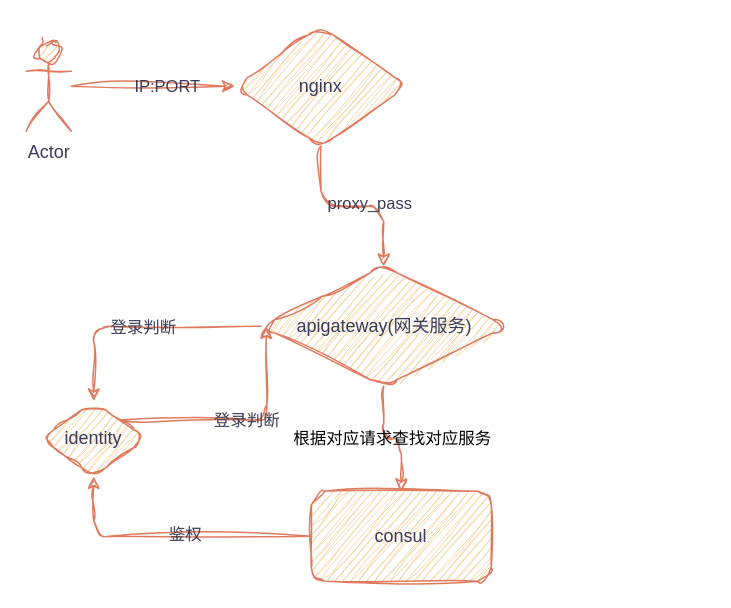
FangTangJing/clk keeps this draw.io diagram as 未命名绘图.drawio. Above is the earlier version. Source tidied: cells renumbered, new cells numbered last; positions are measured from the earlier drawing's top-left corner, leaving out a move shared by most shapes. Both pictures are drawn from the tidied source at 150%, with x=0, y=0 at pixel (26, 26).
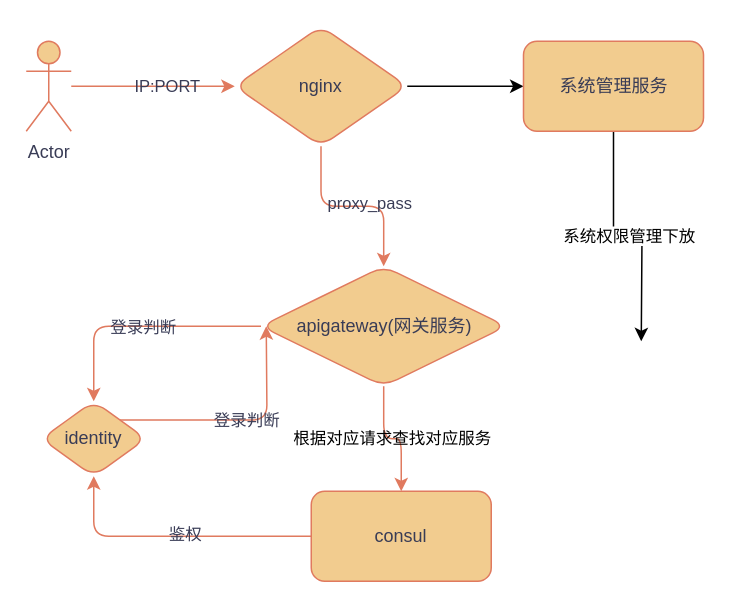
Above is the later version.

Commit message:
更新未命名绘图.drawio

Diff of the diagram source:
```diff
@@
-    <mxCell id="2" style="edgeStyle=orthogonalEdgeStyle;rounded=1;jettySize=auto;html=1;labelBackgroundColor=none;strokeColor=#E07A5F;fontColor=default;sketch=1;curveFitting=1;jiggle=2;" parent="1" edge="1" source="4" target="7">
+    <mxCell id="2" style="edgeStyle=orthogonalEdgeStyle;rounded=1;jettySize=auto;html=1;labelBackgroundColor=none;strokeColor=#E07A5F;fontColor=default;" parent="1" edge="1" source="4" target="7">
       <mxGeometry relative="1" as="geometry" />
     </mxCell>
-    <mxCell id="3" value="IP:PORT" style="edgeLabel;html=1;align=center;verticalAlign=middle;labelBackgroundColor=none;fontColor=#393C56;rounded=1;sketch=1;curveFitting=1;jiggle=2;" parent="2" vertex="1">
+    <mxCell id="3" value="IP:PORT" style="edgeLabel;html=1;align=center;verticalAlign=middle;labelBackgroundColor=none;fontColor=#393C56;rounded=1;" parent="2" vertex="1">
       <mxGeometry x="0.16" y="1" relative="1" as="geometry" />
     </mxCell>
-    <mxCell id="4" value="Actor" style="shape=umlActor;verticalLabelPosition=bottom;verticalAlign=top;html=1;outlineConnect=0;labelBackgroundColor=none;fillColor=#F2CC8F;strokeColor=#E07A5F;fontColor=#393C56;rounded=1;sketch=1;curveFitting=1;jiggle=2;" parent="1" vertex="1">
+    <mxCell id="4" value="Actor" style="shape=umlActor;verticalLabelPosition=bottom;verticalAlign=top;html=1;outlineConnect=0;labelBackgroundColor=none;fillColor=#F2CC8F;strokeColor=#E07A5F;fontColor=#393C56;rounded=1;" parent="1" vertex="1">
       <mxGeometry y="10" width="30" height="60" as="geometry" />
     </mxCell>
-    <mxCell id="5" style="edgeStyle=orthogonalEdgeStyle;rounded=1;jettySize=auto;html=1;labelBackgroundColor=none;strokeColor=#E07A5F;fontColor=default;sketch=1;curveFitting=1;jiggle=2;" parent="1" edge="1" source="7" target="11">
+    <mxCell id="5" style="edgeStyle=orthogonalEdgeStyle;rounded=1;jettySize=auto;html=1;labelBackgroundColor=none;strokeColor=#E07A5F;fontColor=default;" parent="1" edge="1" source="7" target="11">
       <mxGeometry relative="1" as="geometry" />
     </mxCell>
-    <mxCell id="6" value="proxy_pass" style="edgeLabel;html=1;align=center;verticalAlign=middle;labelBackgroundColor=none;fontColor=#393C56;rounded=1;sketch=1;curveFitting=1;jiggle=2;" parent="5" vertex="1">
+    <mxCell id="6" value="proxy_pass" style="edgeLabel;html=1;align=center;verticalAlign=middle;labelBackgroundColor=none;fontColor=#393C56;rounded=1;" parent="5" vertex="1">
       <mxGeometry x="0.16" y="3" relative="1" as="geometry">
         <mxPoint x="1" as="offset" />
       </mxGeometry>
     </mxCell>
+    <mxCell id="18" style="edgeStyle=orthogonalEdgeStyle;rounded=0;jettySize=auto;html=1;" parent="1" edge="1" source="7" target="20">
+      <mxGeometry relative="1" as="geometry" />
+    </mxCell>
-    <mxCell id="7" value="nginx" style="rhombus;whiteSpace=wrap;html=1;verticalAlign=middle;horizontal=1;labelBackgroundColor=none;fillColor=#F2CC8F;strokeColor=#E07A5F;fontColor=#393C56;rounded=1;sketch=1;curveFitting=1;jiggle=2;" parent="1" vertex="1">
+    <mxCell id="7" value="nginx" style="rhombus;whiteSpace=wrap;html=1;verticalAlign=middle;horizontal=1;labelBackgroundColor=none;fillColor=#F2CC8F;strokeColor=#E07A5F;fontColor=#393C56;rounded=1;" parent="1" vertex="1">
       <mxGeometry x="139" width="115" height="80" as="geometry" />
     </mxCell>
-    <mxCell id="8" value="根据对应请求查找对应服务" style="edgeStyle=orthogonalEdgeStyle;rounded=1;jettySize=auto;html=1;labelBackgroundColor=none;strokeColor=#E07A5F;fontColor=default;sketch=1;curveFitting=1;jiggle=2;" parent="1" edge="1" source="11" target="14">
+    <mxCell id="8" value="根据对应请求查找对应服务" style="edgeStyle=orthogonalEdgeStyle;rounded=1;jettySize=auto;html=1;labelBackgroundColor=none;strokeColor=#E07A5F;fontColor=default;" parent="1" edge="1" source="11" target="14">
       <mxGeometry relative="1" as="geometry" />
     </mxCell>
-    <mxCell id="9" style="edgeStyle=orthogonalEdgeStyle;rounded=1;jettySize=auto;html=1;labelBackgroundColor=none;strokeColor=#E07A5F;fontColor=default;sketch=1;curveFitting=1;jiggle=2;" parent="1" edge="1" source="11" target="17">
+    <mxCell id="9" style="edgeStyle=orthogonalEdgeStyle;rounded=1;jettySize=auto;html=1;labelBackgroundColor=none;strokeColor=#E07A5F;fontColor=default;" parent="1" edge="1" source="11" target="17">
       <mxGeometry relative="1" as="geometry" />
     </mxCell>
-    <mxCell id="10" value="登录判断" style="edgeLabel;html=1;align=center;verticalAlign=middle;labelBackgroundColor=none;fontColor=#393C56;rounded=1;sketch=1;curveFitting=1;jiggle=2;" parent="9" vertex="1">
+    <mxCell id="10" value="登录判断" style="edgeLabel;html=1;align=center;verticalAlign=middle;labelBackgroundColor=none;fontColor=#393C56;rounded=1;" parent="9" vertex="1">
       <mxGeometry x="-0.02" relative="1" as="geometry" />
     </mxCell>
-    <mxCell id="11" value="apigateway(网关服务)" style="rhombus;whiteSpace=wrap;html=1;labelBackgroundColor=none;fillColor=#F2CC8F;strokeColor=#E07A5F;fontColor=#393C56;rounded=1;sketch=1;curveFitting=1;jiggle=2;" parent="1" vertex="1">
+    <mxCell id="11" value="apigateway(网关服务)" style="rhombus;whiteSpace=wrap;html=1;labelBackgroundColor=none;fillColor=#F2CC8F;strokeColor=#E07A5F;fontColor=#393C56;rounded=1;" parent="1" vertex="1">
       <mxGeometry x="156.5" y="160" width="163.5" height="80" as="geometry" />
     </mxCell>
-    <mxCell id="12" style="edgeStyle=orthogonalEdgeStyle;rounded=1;jettySize=auto;html=1;labelBackgroundColor=none;strokeColor=#E07A5F;fontColor=default;sketch=1;curveFitting=1;jiggle=2;" parent="1" edge="1" source="14" target="17">
+    <mxCell id="12" style="edgeStyle=orthogonalEdgeStyle;rounded=1;jettySize=auto;html=1;labelBackgroundColor=none;strokeColor=#E07A5F;fontColor=default;" parent="1" edge="1" source="14" target="17">
       <mxGeometry relative="1" as="geometry" />
     </mxCell>
-    <mxCell id="13" value="鉴权" style="edgeLabel;html=1;align=center;verticalAlign=middle;labelBackgroundColor=none;fontColor=#393C56;rounded=1;sketch=1;curveFitting=1;jiggle=2;" parent="12" vertex="1">
+    <mxCell id="13" value="鉴权" style="edgeLabel;html=1;align=center;verticalAlign=middle;labelBackgroundColor=none;fontColor=#393C56;rounded=1;" parent="12" vertex="1">
       <mxGeometry x="-0.08" y="-2" relative="1" as="geometry" />
     </mxCell>
-    <mxCell id="14" value="consul" style="rounded=1;whiteSpace=wrap;html=1;labelBackgroundColor=none;fillColor=#F2CC8F;strokeColor=#E07A5F;fontColor=#393C56;sketch=1;curveFitting=1;jiggle=2;" parent="1" vertex="1">
+    <mxCell id="14" value="consul" style="rounded=1;whiteSpace=wrap;html=1;labelBackgroundColor=none;fillColor=#F2CC8F;strokeColor=#E07A5F;fontColor=#393C56;" parent="1" vertex="1">
       <mxGeometry x="190" y="310" width="120" height="60" as="geometry" />
     </mxCell>
-    <mxCell id="15" style="edgeStyle=orthogonalEdgeStyle;rounded=1;jettySize=auto;html=1;exitX=1;exitY=0;exitDx=0;exitDy=0;labelBackgroundColor=none;strokeColor=#E07A5F;fontColor=default;sketch=1;curveFitting=1;jiggle=2;" parent="1" edge="1" source="17">
+    <mxCell id="15" style="edgeStyle=orthogonalEdgeStyle;rounded=1;jettySize=auto;html=1;exitX=1;exitY=0;exitDx=0;exitDy=0;labelBackgroundColor=none;strokeColor=#E07A5F;fontColor=default;" parent="1" edge="1" source="17">
       <mxGeometry relative="1" as="geometry">
         <mxPoint x="160" y="200" as="targetPoint" />
       </mxGeometry>
     </mxCell>
-    <mxCell id="16" value="登录判断" style="edgeLabel;html=1;align=center;verticalAlign=middle;labelBackgroundColor=none;fontColor=#393C56;rounded=1;sketch=1;curveFitting=1;jiggle=2;" parent="15" vertex="1">
+    <mxCell id="16" value="登录判断" style="edgeLabel;html=1;align=center;verticalAlign=middle;labelBackgroundColor=none;fontColor=#393C56;rounded=1;" parent="15" vertex="1">
       <mxGeometry x="0.03" y="1" relative="1" as="geometry">
         <mxPoint x="1" y="1" as="offset" />
       </mxGeometry>
     </mxCell>
-    <mxCell id="17" value="identity" style="rhombus;whiteSpace=wrap;html=1;rounded=1;labelBackgroundColor=none;fillColor=#F2CC8F;strokeColor=#E07A5F;fontColor=#393C56;sketch=1;curveFitting=1;jiggle=2;" parent="1" vertex="1">
+    <mxCell id="17" value="identity" style="rhombus;whiteSpace=wrap;html=1;rounded=1;labelBackgroundColor=none;fillColor=#F2CC8F;strokeColor=#E07A5F;fontColor=#393C56;" parent="1" vertex="1">
       <mxGeometry x="10" y="250" width="70" height="50" as="geometry" />
     </mxCell>
+    <mxCell id="19" value="系统权限管理下放" style="edgeStyle=orthogonalEdgeStyle;rounded=0;jettySize=auto;html=1;" parent="1" edge="1" source="20">
+      <mxGeometry relative="1" as="geometry">
+        <mxPoint x="410" y="210" as="targetPoint" />
+      </mxGeometry>
+    </mxCell>
+    <mxCell id="20" value="系统管理服务" style="whiteSpace=wrap;html=1;fillColor=#F2CC8F;strokeColor=#E07A5F;fontColor=#393C56;labelBackgroundColor=none;rounded=1;" parent="1" vertex="1">
+      <mxGeometry x="331.5" y="10" width="120" height="60" as="geometry" />
+    </mxCell>
```
